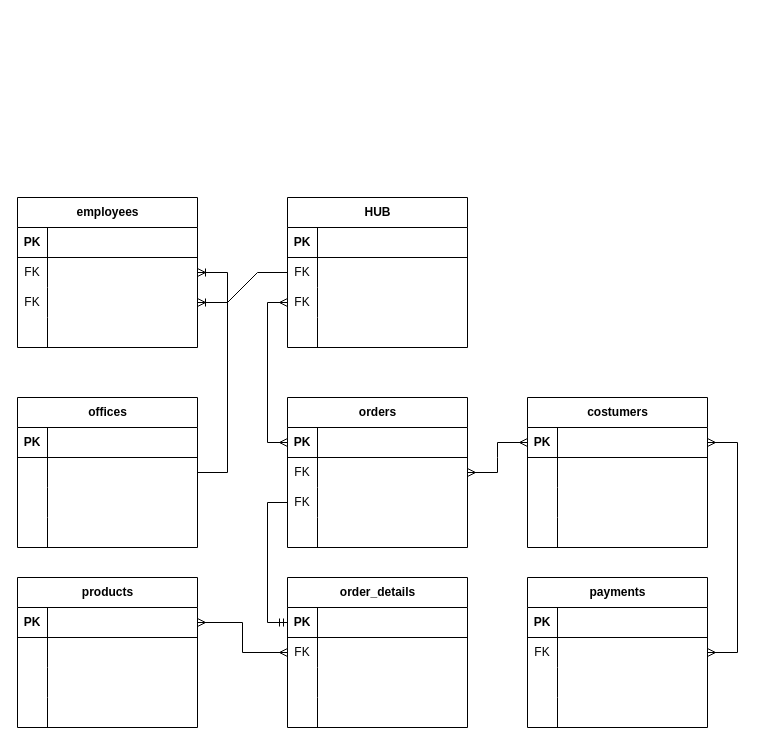
Earlier version of the draw.io diagram page "Conceptual Data Models" (1 of 6) of Logisticts MS.drawio (Firzh/semester-3). Source tidied: cells renumbered, new cells numbered last; positions are measured from the earlier drawing's top-left corner, leaving out a move shared by most shapes. Both pictures are drawn from the tidied source at 100%, with x=0, y=0 at pixel (17, 197).
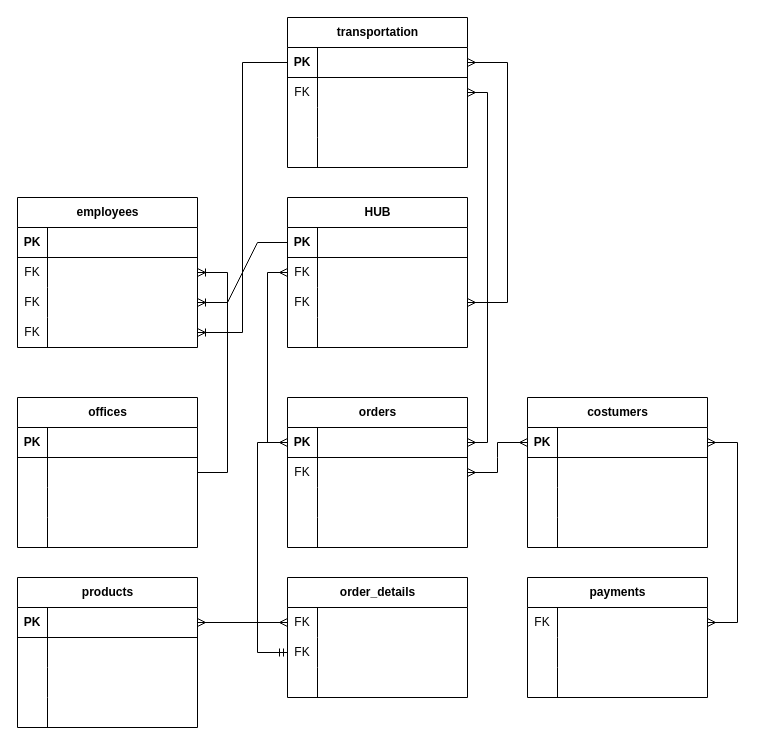
After the change.

Unchanged cells that the change refers to:
```xml
<mxCell id="35" style="shape=tableRow;horizontal=0;startSize=0;swimlaneHead=0;swimlaneBody=0;fillColor=none;points=[[0,0.5],[1,0.5]];portConstraint=eastwest;top=0;left=0;right=0;bottom=0;" parent="28" vertex="1">
  <mxGeometry y="90" width="180" height="30" as="geometry" />
</mxCell>
<mxCell id="38" style="shape=tableRow;horizontal=0;startSize=0;swimlaneHead=0;swimlaneBody=0;fillColor=none;points=[[0,0.5],[1,0.5]];portConstraint=eastwest;top=0;left=0;right=0;bottom=0;" parent="28" vertex="1">
  <mxGeometry y="120" width="180" height="30" as="geometry" />
</mxCell>
<mxCell id="55" style="shape=tableRow;horizontal=0;startSize=0;swimlaneHead=0;swimlaneBody=0;fillColor=none;points=[[0,0.5],[1,0.5]];portConstraint=eastwest;top=0;left=0;right=0;bottom=1;" parent="54" vertex="1">
  <mxGeometry y="30" width="180" height="30" as="geometry" />
</mxCell>
<mxCell id="61" style="shape=tableRow;horizontal=0;startSize=0;swimlaneHead=0;swimlaneBody=0;fillColor=none;points=[[0,0.5],[1,0.5]];portConstraint=eastwest;top=0;left=0;right=0;bottom=0;" parent="54" vertex="1">
  <mxGeometry y="90" width="180" height="30" as="geometry" />
</mxCell>
<mxCell id="94" style="shape=tableRow;horizontal=0;startSize=0;swimlaneHead=0;swimlaneBody=0;fillColor=none;points=[[0,0.5],[1,0.5]];portConstraint=eastwest;top=0;left=0;right=0;bottom=1;" parent="93" vertex="1">
  <mxGeometry y="30" width="180" height="30" as="geometry" />
</mxCell>
<mxCell id="97" style="shape=tableRow;horizontal=0;startSize=0;swimlaneHead=0;swimlaneBody=0;fillColor=none;points=[[0,0.5],[1,0.5]];portConstraint=eastwest;top=0;left=0;right=0;bottom=0;" parent="93" vertex="1">
  <mxGeometry y="60" width="180" height="30" as="geometry" />
</mxCell>
<mxCell id="100" style="shape=tableRow;horizontal=0;startSize=0;swimlaneHead=0;swimlaneBody=0;fillColor=none;points=[[0,0.5],[1,0.5]];portConstraint=eastwest;top=0;left=0;right=0;bottom=0;" parent="93" vertex="1">
  <mxGeometry y="90" width="180" height="30" as="geometry" />
</mxCell>
```

Diff of the diagram source:
```diff
@@
-    <mxCell id="39" style="shape=partialRectangle;fillColor=none;top=0;left=0;bottom=0;right=0;overflow=hidden;whiteSpace=wrap;html=1;" parent="38" vertex="1">
+    <mxCell id="39" value="FK" style="shape=partialRectangle;fillColor=none;top=0;left=0;bottom=0;right=0;overflow=hidden;whiteSpace=wrap;html=1;" parent="38" vertex="1">
       <mxGeometry width="30" height="30" as="geometry" />
     </mxCell>
@@
-    <mxCell id="62" value="FK" style="shape=partialRectangle;fillColor=none;top=0;left=0;bottom=0;right=0;overflow=hidden;whiteSpace=wrap;html=1;" parent="61" vertex="1">
+    <mxCell id="62" style="shape=partialRectangle;fillColor=none;top=0;left=0;bottom=0;right=0;overflow=hidden;whiteSpace=wrap;html=1;" parent="61" vertex="1">
       <mxGeometry width="30" height="30" as="geometry" />
     </mxCell>
@@
     <mxCell id="67" value="order_details" style="shape=table;startSize=30;childLayout=tableLayout;rowLines=0;fontStyle=1;align=center;html=1;" parent="1" vertex="1">
-      <mxGeometry x="270" y="380" width="180" height="150" as="geometry" />
+      <mxGeometry x="270" y="380" width="180" height="120" as="geometry" />
     </mxCell>
-    <mxCell id="68" style="shape=tableRow;horizontal=0;startSize=0;swimlaneHead=0;swimlaneBody=0;fillColor=none;points=[[0,0.5],[1,0.5]];portConstraint=eastwest;top=0;left=0;right=0;bottom=1;" parent="67" vertex="1">
-      <mxGeometry y="30" width="180" height="30" as="geometry" />
-    </mxCell>
-    <mxCell id="69" value="PK" style="shape=partialRectangle;fillColor=none;top=0;left=0;bottom=0;right=0;fontStyle=1;overflow=hidden;whiteSpace=wrap;html=1;" parent="68" vertex="1">
-      <mxGeometry width="30" height="30" as="geometry" />
-    </mxCell>
-    <mxCell id="70" style="shape=partialRectangle;fillColor=none;top=0;left=0;bottom=0;right=0;align=left;spacingLeft=6;fontStyle=5;overflow=hidden;whiteSpace=wrap;html=1;" parent="68" vertex="1">
-      <mxGeometry x="30" width="150" height="30" as="geometry" />
-    </mxCell>
     <mxCell id="71" style="shape=tableRow;horizontal=0;startSize=0;swimlaneHead=0;swimlaneBody=0;fillColor=none;points=[[0,0.5],[1,0.5]];portConstraint=eastwest;top=0;left=0;right=0;bottom=0;" parent="67" vertex="1">
-      <mxGeometry y="60" width="180" height="30" as="geometry" />
+      <mxGeometry y="30" width="180" height="30" as="geometry" />
     </mxCell>
@@
     <mxCell id="74" style="shape=tableRow;horizontal=0;startSize=0;swimlaneHead=0;swimlaneBody=0;fillColor=none;points=[[0,0.5],[1,0.5]];portConstraint=eastwest;top=0;left=0;right=0;bottom=0;" parent="67" vertex="1">
-      <mxGeometry y="90" width="180" height="30" as="geometry" />
+      <mxGeometry y="60" width="180" height="30" as="geometry" />
     </mxCell>
-    <mxCell id="75" style="shape=partialRectangle;fillColor=none;top=0;left=0;bottom=0;right=0;overflow=hidden;whiteSpace=wrap;html=1;" parent="74" vertex="1">
+    <mxCell id="75" value="FK" style="shape=partialRectangle;fillColor=none;top=0;left=0;bottom=0;right=0;overflow=hidden;whiteSpace=wrap;html=1;" parent="74" vertex="1">
       <mxGeometry width="30" height="30" as="geometry" />
     </mxCell>
@@
     <mxCell id="77" style="shape=tableRow;horizontal=0;startSize=0;swimlaneHead=0;swimlaneBody=0;fillColor=none;top=0;left=0;right=0;bottom=0;" parent="67" vertex="1">
-      <mxGeometry y="120" width="180" height="30" as="geometry" />
+      <mxGeometry y="90" width="180" height="30" as="geometry" />
     </mxCell>
@@
     <mxCell id="80" value="payments" style="shape=table;startSize=30;childLayout=tableLayout;rowLines=0;fontStyle=1;align=center;html=1;" parent="1" vertex="1">
-      <mxGeometry x="510" y="380" width="180" height="150" as="geometry" />
+      <mxGeometry x="510" y="380" width="180" height="120" as="geometry" />
     </mxCell>
-    <mxCell id="81" style="shape=tableRow;horizontal=0;startSize=0;swimlaneHead=0;swimlaneBody=0;fillColor=none;top=0;left=0;right=0;bottom=1;" parent="80" vertex="1">
-      <mxGeometry y="30" width="180" height="30" as="geometry" />
-    </mxCell>
-    <mxCell id="82" value="PK" style="shape=partialRectangle;fillColor=none;top=0;left=0;bottom=0;right=0;fontStyle=1;overflow=hidden;whiteSpace=wrap;html=1;" parent="81" vertex="1">
-      <mxGeometry width="30" height="30" as="geometry" />
-    </mxCell>
-    <mxCell id="83" style="shape=partialRectangle;fillColor=none;top=0;left=0;bottom=0;right=0;align=left;spacingLeft=6;fontStyle=5;overflow=hidden;whiteSpace=wrap;html=1;" parent="81" vertex="1">
-      <mxGeometry x="30" width="150" height="30" as="geometry" />
-    </mxCell>
     <mxCell id="84" style="shape=tableRow;horizontal=0;startSize=0;swimlaneHead=0;swimlaneBody=0;fillColor=none;points=[[0,0.5],[1,0.5]];portConstraint=eastwest;top=0;left=0;right=0;bottom=0;" parent="80" vertex="1">
-      <mxGeometry y="60" width="180" height="30" as="geometry" />
+      <mxGeometry y="30" width="180" height="30" as="geometry" />
     </mxCell>
@@
     <mxCell id="87" style="shape=tableRow;horizontal=0;startSize=0;swimlaneHead=0;swimlaneBody=0;fillColor=none;top=0;left=0;right=0;bottom=0;" parent="80" vertex="1">
-      <mxGeometry y="90" width="180" height="30" as="geometry" />
+      <mxGeometry y="60" width="180" height="30" as="geometry" />
     </mxCell>
@@
     <mxCell id="90" style="shape=tableRow;horizontal=0;startSize=0;swimlaneHead=0;swimlaneBody=0;fillColor=none;top=0;left=0;right=0;bottom=0;" parent="80" vertex="1">
-      <mxGeometry y="120" width="180" height="30" as="geometry" />
+      <mxGeometry y="90" width="180" height="30" as="geometry" />
     </mxCell>
@@
-    <mxCell id="107" style="edgeStyle=entityRelationEdgeStyle;fontSize=12;html=1;endArrow=ERoneToMany;rounded=0;exitX=0;exitY=0.5;exitDx=0;exitDy=0;entryX=1;entryY=0.5;entryDx=0;entryDy=0;" parent="1" edge="1" source="97" target="35">
+    <mxCell id="107" style="edgeStyle=entityRelationEdgeStyle;fontSize=12;html=1;endArrow=ERoneToMany;rounded=0;exitX=0;exitY=0.5;exitDx=0;exitDy=0;entryX=1;entryY=0.5;entryDx=0;entryDy=0;" parent="1" edge="1" source="94" target="35">
       <mxGeometry relative="1" as="geometry" />
     </mxCell>
@@
-    <mxCell id="111" style="edgeStyle=orthogonalEdgeStyle;fontSize=12;html=1;endArrow=ERmandOne;rounded=0;entryX=0;entryY=0.5;entryDx=0;entryDy=0;exitX=0;exitY=0.5;exitDx=0;exitDy=0;" parent="1" edge="1" source="61" target="68">
+    <mxCell id="111" style="edgeStyle=orthogonalEdgeStyle;fontSize=12;html=1;endArrow=ERmandOne;rounded=0;entryX=0;entryY=0.5;entryDx=0;entryDy=0;exitX=0;exitY=0.5;exitDx=0;exitDy=0;" parent="1" edge="1" source="55" target="74">
       <mxGeometry relative="1" as="geometry">
         <Array as="points">
-          <mxPoint x="250" y="305" />
-          <mxPoint x="250" y="425" />
+          <mxPoint x="240" y="245" />
+          <mxPoint x="240" y="455" />
         </Array>
       </mxGeometry>
     </mxCell>
-    <mxCell id="112" style="edgeStyle=orthogonalEdgeStyle;fontSize=12;html=1;endArrow=ERmany;startArrow=ERmany;rounded=0;entryX=0;entryY=0.5;entryDx=0;entryDy=0;exitX=0;exitY=0.5;exitDx=0;exitDy=0;" parent="1" edge="1" source="55" target="100">
+    <mxCell id="112" style="edgeStyle=orthogonalEdgeStyle;fontSize=12;html=1;endArrow=ERmany;startArrow=ERmany;rounded=0;entryX=0;entryY=0.5;entryDx=0;entryDy=0;exitX=0;exitY=0.5;exitDx=0;exitDy=0;" parent="1" edge="1" source="55" target="97">
       <mxGeometry relative="1" as="geometry">
         <Array as="points">
           <mxPoint x="250" y="245" />
-          <mxPoint x="250" y="105" />
+          <mxPoint x="250" y="75" />
         </Array>
       </mxGeometry>
     </mxCell>
+    <mxCell id="113" value="transportation" style="shape=table;startSize=30;childLayout=tableLayout;rowLines=0;fontStyle=1;align=center;html=1;" parent="1" vertex="1">
+      <mxGeometry x="270" y="-180" width="180" height="150" as="geometry" />
+    </mxCell>
+    <mxCell id="114" style="shape=tableRow;horizontal=0;startSize=0;swimlaneHead=0;swimlaneBody=0;fillColor=none;points=[[0,0.5],[1,0.5]];portConstraint=eastwest;top=0;left=0;right=0;bottom=1;" parent="113" vertex="1">
+      <mxGeometry y="30" width="180" height="30" as="geometry" />
+    </mxCell>
+    <mxCell id="115" value="PK" style="shape=partialRectangle;fillColor=none;top=0;left=0;bottom=0;right=0;fontStyle=1;overflow=hidden;whiteSpace=wrap;html=1;" parent="114" vertex="1">
+      <mxGeometry width="30" height="30" as="geometry" />
+    </mxCell>
+    <mxCell id="116" style="shape=partialRectangle;fillColor=none;top=0;left=0;bottom=0;right=0;align=left;spacingLeft=6;fontStyle=5;overflow=hidden;whiteSpace=wrap;html=1;" parent="114" vertex="1">
+      <mxGeometry x="30" width="150" height="30" as="geometry" />
+    </mxCell>
+    <mxCell id="117" style="shape=tableRow;horizontal=0;startSize=0;swimlaneHead=0;swimlaneBody=0;fillColor=none;points=[[0,0.5],[1,0.5]];portConstraint=eastwest;top=0;left=0;right=0;bottom=0;" parent="113" vertex="1">
+      <mxGeometry y="60" width="180" height="30" as="geometry" />
+    </mxCell>
+    <mxCell id="118" value="FK" style="shape=partialRectangle;fillColor=none;top=0;left=0;bottom=0;right=0;overflow=hidden;whiteSpace=wrap;html=1;" parent="117" vertex="1">
+      <mxGeometry width="30" height="30" as="geometry" />
+    </mxCell>
+    <mxCell id="119" style="shape=partialRectangle;fillColor=none;top=0;left=0;bottom=0;right=0;align=left;spacingLeft=6;overflow=hidden;whiteSpace=wrap;html=1;" parent="117" vertex="1">
+      <mxGeometry x="30" width="150" height="30" as="geometry" />
+    </mxCell>
+    <mxCell id="120" style="shape=tableRow;horizontal=0;startSize=0;swimlaneHead=0;swimlaneBody=0;fillColor=none;top=0;left=0;right=0;bottom=0;" parent="113" vertex="1">
+      <mxGeometry y="90" width="180" height="30" as="geometry" />
+    </mxCell>
+    <mxCell id="121" style="shape=partialRectangle;fillColor=none;top=0;left=0;bottom=0;right=0;overflow=hidden;whiteSpace=wrap;html=1;" parent="120" vertex="1">
+      <mxGeometry width="30" height="30" as="geometry" />
+    </mxCell>
+    <mxCell id="122" style="shape=partialRectangle;fillColor=none;top=0;left=0;bottom=0;right=0;align=left;spacingLeft=6;overflow=hidden;whiteSpace=wrap;html=1;" parent="120" vertex="1">
+      <mxGeometry x="30" width="150" height="30" as="geometry" />
+    </mxCell>
+    <mxCell id="123" style="shape=tableRow;horizontal=0;startSize=0;swimlaneHead=0;swimlaneBody=0;fillColor=none;top=0;left=0;right=0;bottom=0;" parent="113" vertex="1">
+      <mxGeometry y="120" width="180" height="30" as="geometry" />
+    </mxCell>
+    <mxCell id="124" style="shape=partialRectangle;fillColor=none;top=0;left=0;bottom=0;right=0;overflow=hidden;whiteSpace=wrap;html=1;" parent="123" vertex="1">
+      <mxGeometry width="30" height="30" as="geometry" />
+    </mxCell>
+    <mxCell id="125" style="shape=partialRectangle;fillColor=none;top=0;left=0;bottom=0;right=0;align=left;spacingLeft=6;overflow=hidden;whiteSpace=wrap;html=1;" parent="123" vertex="1">
+      <mxGeometry x="30" width="150" height="30" as="geometry" />
+    </mxCell>
+    <mxCell id="126" style="edgeStyle=orthogonalEdgeStyle;fontSize=12;html=1;endArrow=ERoneToMany;rounded=0;exitX=0;exitY=0.5;exitDx=0;exitDy=0;entryX=1;entryY=0.5;entryDx=0;entryDy=0;" parent="1" edge="1" source="114" target="38">
+      <mxGeometry relative="1" as="geometry" />
+    </mxCell>
+    <mxCell id="127" style="edgeStyle=orthogonalEdgeStyle;fontSize=12;html=1;endArrow=ERmany;startArrow=ERmany;rounded=0;entryX=1;entryY=0.5;entryDx=0;entryDy=0;exitX=1;exitY=0.5;exitDx=0;exitDy=0;" parent="1" edge="1" source="55" target="117">
+      <mxGeometry relative="1" as="geometry">
+        <Array as="points">
+          <mxPoint x="470" y="245" />
+          <mxPoint x="470" y="-105" />
+        </Array>
+      </mxGeometry>
+    </mxCell>
+    <mxCell id="128" style="edgeStyle=orthogonalEdgeStyle;fontSize=12;html=1;endArrow=ERmany;startArrow=ERmany;rounded=0;entryX=1;entryY=0.5;entryDx=0;entryDy=0;exitX=1;exitY=0.5;exitDx=0;exitDy=0;" parent="1" edge="1" source="100" target="114">
+      <mxGeometry relative="1" as="geometry">
+        <Array as="points">
+          <mxPoint x="490" y="105" />
+          <mxPoint x="490" y="-135" />
+        </Array>
+      </mxGeometry>
+    </mxCell>
```
